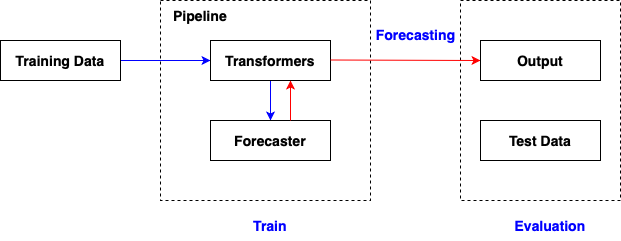
This is DS/time_series/sktime/img/Forecasting_6.png from lin-chen-DLA/lin-chen-DLA.github.io, a draw.io export, as it was before one commit. Source tidied: cells renumbered, new cells last; positions are measured from the earlier drawing's top-left corner, leaving out a move shared by most shapes.
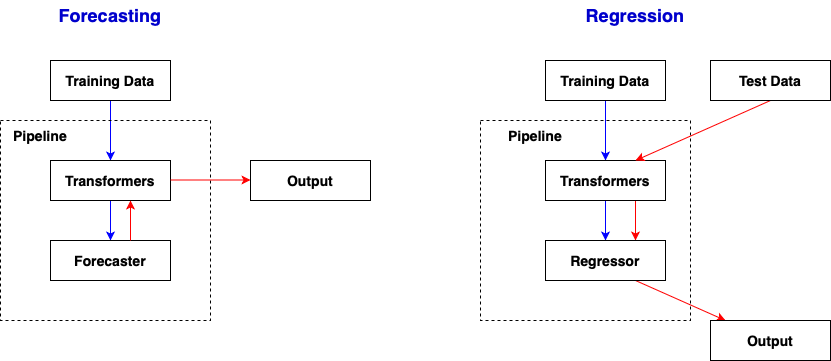
The same file after the commit.

Diff of the diagram source:
```diff
@@ -2,55 +2,83 @@
   <root>
     <mxCell id="0" />
     <mxCell id="1" parent="0" />
-    <mxCell id="2" style="rounded=0;whiteSpace=wrap;html=1;fillColor=none;dashed=1;" parent="1" vertex="1">
-      <mxGeometry x="460" width="160" height="200" as="geometry" />
-    </mxCell>
     <mxCell id="3" style="edgeStyle=orthogonalEdgeStyle;rounded=0;jettySize=auto;html=1;strokeColor=#0000FF;" parent="1" edge="1" source="4" target="6">
       <mxGeometry relative="1" as="geometry" />
     </mxCell>
     <mxCell id="4" value="&lt;font style=&quot;font-size: 14px;&quot;&gt;&lt;b&gt;Training Data&lt;/b&gt;&lt;/font&gt;" style="rounded=0;whiteSpace=wrap;html=1;" parent="1" vertex="1">
-      <mxGeometry y="40" width="120" height="40" as="geometry" />
+      <mxGeometry x="210" y="-20" width="120" height="40" as="geometry" />
     </mxCell>
     <mxCell id="5" style="edgeStyle=orthogonalEdgeStyle;rounded=0;jettySize=auto;html=1;entryX=0.5;entryY=0;entryDx=0;entryDy=0;strokeColor=#0000FF;" parent="1" edge="1" source="6" target="7">
       <mxGeometry relative="1" as="geometry" />
     </mxCell>
     <mxCell id="6" value="&lt;font style=&quot;font-size: 14px;&quot;&gt;&lt;b&gt;Transformers&lt;/b&gt;&lt;/font&gt;" style="rounded=0;whiteSpace=wrap;html=1;" parent="1" vertex="1">
-      <mxGeometry x="210" y="40" width="120" height="40" as="geometry" />
+      <mxGeometry x="210" y="80" width="120" height="40" as="geometry" />
     </mxCell>
     <mxCell id="7" value="&lt;font style=&quot;font-size: 14px;&quot;&gt;&lt;b&gt;Forecaster&lt;/b&gt;&lt;/font&gt;" style="rounded=0;whiteSpace=wrap;html=1;" parent="1" vertex="1">
-      <mxGeometry x="210" y="120" width="120" height="40" as="geometry" />
+      <mxGeometry x="210" y="160" width="120" height="40" as="geometry" />
     </mxCell>
-    <mxCell id="8" value="&lt;font style=&quot;font-size: 14px;&quot;&gt;&lt;b&gt;Test Data&lt;/b&gt;&lt;/font&gt;" style="rounded=0;whiteSpace=wrap;html=1;" parent="1" vertex="1">
-      <mxGeometry x="480" y="120" width="120" height="40" as="geometry" />
-    </mxCell>
     <mxCell id="9" style="rounded=0;whiteSpace=wrap;html=1;fillColor=none;dashed=1;" parent="1" vertex="1">
-      <mxGeometry x="160" width="210" height="200" as="geometry" />
+      <mxGeometry x="160" y="40" width="210" height="200" as="geometry" />
     </mxCell>
     <mxCell id="10" value="&lt;font style=&quot;font-size: 14px;&quot;&gt;&lt;b&gt;Pipeline&lt;/b&gt;&lt;/font&gt;" style="text;html=1;strokeColor=none;fillColor=none;align=center;verticalAlign=middle;whiteSpace=wrap;rounded=0;" parent="1" vertex="1">
-      <mxGeometry x="170" width="60" height="30" as="geometry" />
+      <mxGeometry x="170" y="40" width="60" height="30" as="geometry" />
     </mxCell>
     <mxCell id="11" style="endArrow=classic;html=1;rounded=0;strokeColor=#FF0000;" parent="1" edge="1">
       <mxGeometry relative="1" as="geometry">
-        <mxPoint x="290" y="120" as="sourcePoint" />
-        <mxPoint x="290" y="80" as="targetPoint" />
+        <mxPoint x="290" y="160" as="sourcePoint" />
+        <mxPoint x="290" y="120" as="targetPoint" />
       </mxGeometry>
     </mxCell>
-    <mxCell id="12" style="edgeStyle=orthogonalEdgeStyle;rounded=0;jettySize=auto;html=1;strokeColor=#FF0000;entryX=0;entryY=0.5;entryDx=0;entryDy=0;" parent="1" edge="1" target="13">
+    <mxCell id="12" style="edgeStyle=orthogonalEdgeStyle;rounded=0;orthogonalLoop=1;jettySize=auto;html=1;entryX=0;entryY=0.5;entryDx=0;entryDy=0;strokeColor=#FF0000;" parent="1" edge="1">
       <mxGeometry relative="1" as="geometry">
-        <mxPoint x="330" y="59.5" as="sourcePoint" />
+        <mxPoint x="330" y="99.5" as="sourcePoint" />
+        <mxPoint x="410" y="99.5" as="targetPoint" />
       </mxGeometry>
     </mxCell>
     <mxCell id="13" value="&lt;font style=&quot;font-size: 14px;&quot;&gt;&lt;b&gt;Output&lt;/b&gt;&lt;/font&gt;" style="rounded=0;whiteSpace=wrap;html=1;" parent="1" vertex="1">
-      <mxGeometry x="480" y="40" width="120" height="40" as="geometry" />
+      <mxGeometry x="410" y="80" width="120" height="40" as="geometry" />
     </mxCell>
-    <mxCell id="14" value="&lt;font color=&quot;#0000ff&quot; style=&quot;font-size: 14px;&quot;&gt;&lt;b&gt;Evaluation&lt;/b&gt;&lt;/font&gt;" style="text;html=1;strokeColor=none;fillColor=none;align=center;verticalAlign=middle;whiteSpace=wrap;rounded=0;" parent="1" vertex="1">
-      <mxGeometry x="520" y="210" width="60" height="30" as="geometry" />
-    </mxCell>
-    <mxCell id="15" value="&lt;font color=&quot;#0000ff&quot; style=&quot;font-size: 14px;&quot;&gt;&lt;b&gt;Train&lt;/b&gt;&lt;/font&gt;" style="text;html=1;strokeColor=none;fillColor=none;align=center;verticalAlign=middle;whiteSpace=wrap;rounded=0;" parent="1" vertex="1">
-      <mxGeometry x="195" y="210" width="150" height="30" as="geometry" />
-    </mxCell>
-    <mxCell id="16" value="&lt;b style=&quot;caret-color: rgb(0, 0, 0); font-family: Helvetica; font-size: 14px; font-style: normal; font-variant-caps: normal; letter-spacing: normal; text-align: center; text-indent: 0px; text-transform: none; white-space: normal; word-spacing: 0px; -webkit-text-stroke-width: 0px; text-decoration: none;&quot;&gt;&lt;font color=&quot;#0000ff&quot;&gt;&lt;span class=&quot;Apple-converted-space&quot;&gt;&amp;nbsp;&lt;/span&gt;Forecasting&lt;/font&gt;&lt;/b&gt;" style="text;whiteSpace=wrap;html=1;" parent="1" vertex="1">
-      <mxGeometry x="370" y="20" width="90" height="40" as="geometry" />
+    <mxCell id="16" value="&lt;font color=&quot;#0000cc&quot; style=&quot;font-size: 18px;&quot;&gt;&lt;b&gt;Forecasting&lt;/b&gt;&lt;/font&gt;" style="text;html=1;align=center;verticalAlign=middle;whiteSpace=wrap;rounded=0;" parent="1" vertex="1">
+      <mxGeometry x="240" y="-80" width="60" height="30" as="geometry" />
     </mxCell>
+    <mxCell id="17" style="edgeStyle=orthogonalEdgeStyle;rounded=0;jettySize=auto;html=1;strokeColor=#0000FF;" parent="1" edge="1" source="18" target="21">
+      <mxGeometry relative="1" as="geometry" />
+    </mxCell>
+    <mxCell id="18" value="&lt;font style=&quot;font-size: 14px;&quot;&gt;&lt;b&gt;Training Data&lt;/b&gt;&lt;/font&gt;" style="rounded=0;whiteSpace=wrap;html=1;" parent="1" vertex="1">
+      <mxGeometry x="705" y="-20" width="120" height="40" as="geometry" />
+    </mxCell>
+    <mxCell id="19" style="edgeStyle=orthogonalEdgeStyle;rounded=0;jettySize=auto;html=1;entryX=0.5;entryY=0;entryDx=0;entryDy=0;strokeColor=#0000FF;" parent="1" edge="1" source="21" target="23">
+      <mxGeometry relative="1" as="geometry" />
+    </mxCell>
+    <mxCell id="20" style="edgeStyle=orthogonalEdgeStyle;rounded=0;jettySize=auto;html=1;exitX=0.75;exitY=1;exitDx=0;exitDy=0;entryX=0.75;entryY=0;entryDx=0;entryDy=0;strokeColor=#FF0000;" parent="1" edge="1" source="21" target="23">
+      <mxGeometry relative="1" as="geometry" />
+    </mxCell>
+    <mxCell id="21" value="&lt;font style=&quot;font-size: 14px;&quot;&gt;&lt;b&gt;Transformers&lt;/b&gt;&lt;/font&gt;" style="rounded=0;whiteSpace=wrap;html=1;" parent="1" vertex="1">
+      <mxGeometry x="705" y="80" width="120" height="40" as="geometry" />
+    </mxCell>
+    <mxCell id="22" style="rounded=0;jettySize=auto;html=1;exitX=0.75;exitY=1;exitDx=0;exitDy=0;strokeColor=#FF0000;" parent="1" edge="1" source="23" target="26">
+      <mxGeometry relative="1" as="geometry" />
+    </mxCell>
+    <mxCell id="23" value="&lt;font style=&quot;font-size: 14px;&quot;&gt;&lt;b&gt;Regressor&lt;/b&gt;&lt;/font&gt;" style="rounded=0;whiteSpace=wrap;html=1;" parent="1" vertex="1">
+      <mxGeometry x="705" y="160" width="120" height="40" as="geometry" />
+    </mxCell>
+    <mxCell id="24" style="rounded=0;whiteSpace=wrap;html=1;fillColor=none;dashed=1;" parent="1" vertex="1">
+      <mxGeometry x="640" y="40" width="210" height="200" as="geometry" />
+    </mxCell>
+    <mxCell id="25" value="&lt;font style=&quot;font-size: 14px;&quot;&gt;&lt;b&gt;Pipeline&lt;/b&gt;&lt;/font&gt;" style="text;html=1;strokeColor=none;fillColor=none;align=center;verticalAlign=middle;whiteSpace=wrap;rounded=0;" parent="1" vertex="1">
+      <mxGeometry x="665" y="40" width="60" height="30" as="geometry" />
+    </mxCell>
+    <mxCell id="26" value="&lt;font style=&quot;font-size: 14px;&quot;&gt;&lt;b&gt;Output&lt;/b&gt;&lt;/font&gt;" style="rounded=0;whiteSpace=wrap;html=1;" parent="1" vertex="1">
+      <mxGeometry x="870" y="240" width="120" height="40" as="geometry" />
+    </mxCell>
+    <mxCell id="27" value="&lt;font color=&quot;#0000cc&quot; style=&quot;font-size: 18px;&quot;&gt;&lt;b&gt;Regression&lt;/b&gt;&lt;/font&gt;" style="text;html=1;align=center;verticalAlign=middle;whiteSpace=wrap;rounded=0;" parent="1" vertex="1">
+      <mxGeometry x="765" y="-80" width="60" height="30" as="geometry" />
+    </mxCell>
+    <mxCell id="28" style="rounded=0;jettySize=auto;html=1;entryX=0.75;entryY=0;entryDx=0;entryDy=0;strokeColor=#FF0000;exitX=0.5;exitY=1;exitDx=0;exitDy=0;" parent="1" edge="1" source="8" target="21">
+      <mxGeometry relative="1" as="geometry" />
+    </mxCell>
+    <mxCell id="8" value="&lt;font style=&quot;font-size: 14px;&quot;&gt;&lt;b&gt;Test Data&lt;/b&gt;&lt;/font&gt;" style="rounded=0;whiteSpace=wrap;html=1;" parent="1" vertex="1">
+      <mxGeometry x="870" y="-20" width="120" height="40" as="geometry" />
+    </mxCell>
   </root>
 </mxGraphModel>
```
